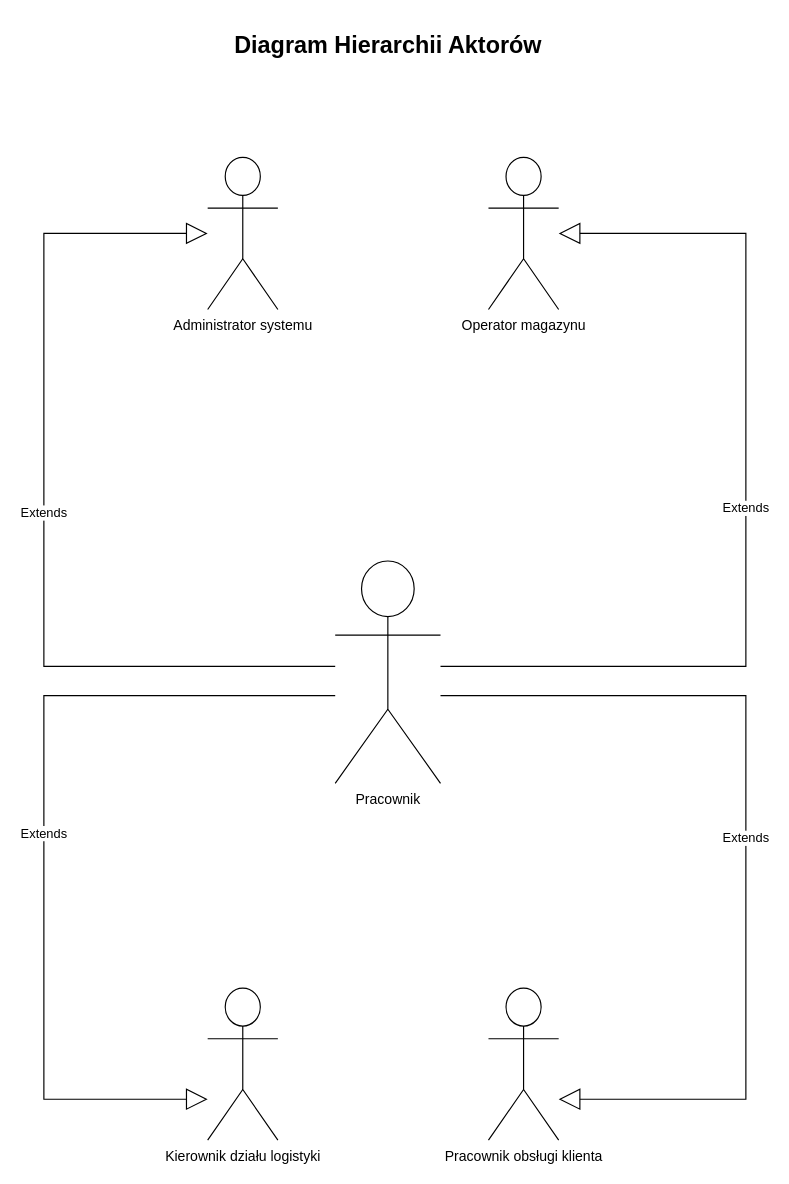
The draw.io diagram diagramy/PrzypadkiUzycia/DiagramHierarchiAktorow.drawio in kacperMa25/In-ynieriaOprogramowania, before the edit. Source tidied: cells renumbered, new cells numbered last; positions are measured from the earlier drawing's top-left corner, leaving out a move shared by most shapes. Both pictures are drawn from the tidied source at 117%, with x=0, y=0 at pixel (43, 20).
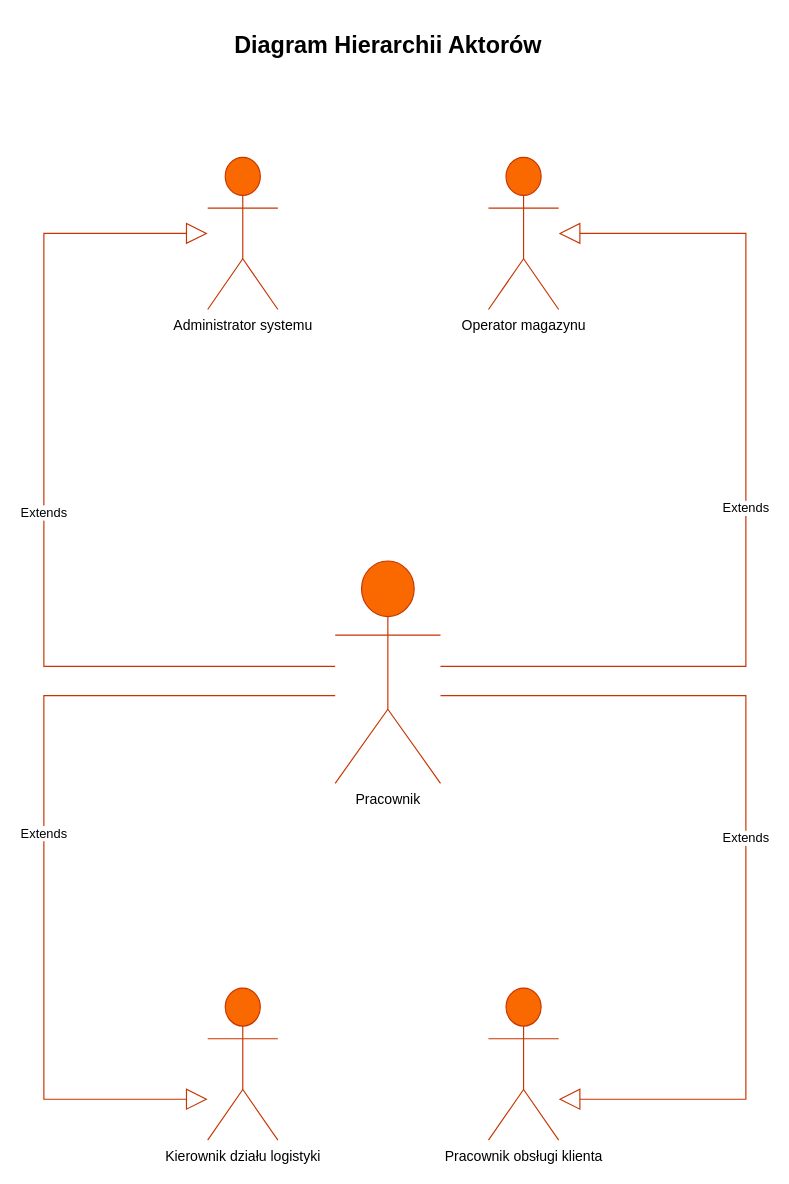
Above is the later version.

The edit, as a diff of the source:
```diff
@@
 <mxGraphModel>
   <root>
     <mxCell id="0" />
     <mxCell id="1" parent="0" />
-    <mxCell id="2" value="Pracownik" style="shape=umlActor;verticalLabelPosition=bottom;verticalAlign=top;html=1;" parent="1" vertex="1">
+    <mxCell id="2" value="Pracownik" style="shape=umlActor;verticalLabelPosition=bottom;verticalAlign=top;html=1;fillColor=#fa6800;fontColor=#000000;strokeColor=#C73500;" parent="1" vertex="1">
       <mxGeometry x="249" y="462" width="90" height="190" as="geometry" />
     </mxCell>
-    <mxCell id="3" value="Administrator systemu" style="shape=umlActor;verticalLabelPosition=bottom;verticalAlign=top;html=1;" parent="1" vertex="1">
+    <mxCell id="3" value="Administrator systemu" style="shape=umlActor;verticalLabelPosition=bottom;verticalAlign=top;html=1;fillColor=#fa6800;fontColor=#000000;strokeColor=#C73500;" parent="1" vertex="1">
       <mxGeometry x="140" y="117" width="60" height="130" as="geometry" />
     </mxCell>
-    <mxCell id="4" value="Pracownik obsługi klienta" style="shape=umlActor;verticalLabelPosition=bottom;verticalAlign=top;html=1;" parent="1" vertex="1">
+    <mxCell id="4" value="Pracownik obsługi klienta" style="shape=umlActor;verticalLabelPosition=bottom;verticalAlign=top;html=1;fillColor=#fa6800;fontColor=#000000;strokeColor=#C73500;" parent="1" vertex="1">
       <mxGeometry x="380" y="827" width="60" height="130" as="geometry" />
     </mxCell>
-    <mxCell id="5" value="Operator magazynu" style="shape=umlActor;verticalLabelPosition=bottom;verticalAlign=top;html=1;" parent="1" vertex="1">
+    <mxCell id="5" value="Operator magazynu" style="shape=umlActor;verticalLabelPosition=bottom;verticalAlign=top;html=1;fillColor=#fa6800;fontColor=#000000;strokeColor=#C73500;" parent="1" vertex="1">
       <mxGeometry x="380" y="117" width="60" height="130" as="geometry" />
     </mxCell>
-    <mxCell id="6" value="Kierownik działu logistyki" style="shape=umlActor;verticalLabelPosition=bottom;verticalAlign=top;html=1;" parent="1" vertex="1">
+    <mxCell id="6" value="Kierownik działu logistyki" style="shape=umlActor;verticalLabelPosition=bottom;verticalAlign=top;html=1;fillColor=#fa6800;fontColor=#000000;strokeColor=#C73500;" parent="1" vertex="1">
       <mxGeometry x="140" y="827" width="60" height="130" as="geometry" />
     </mxCell>
-    <mxCell id="7" value="Extends" style="endArrow=block;endSize=16;endFill=0;html=1;rounded=0;edgeStyle=orthogonalEdgeStyle;" parent="1" edge="1" source="2" target="3">
+    <mxCell id="7" value="Extends" style="endArrow=block;endSize=16;endFill=0;html=1;rounded=0;edgeStyle=orthogonalEdgeStyle;fillColor=#fa6800;strokeColor=#C73500;" parent="1" edge="1" source="2" target="3">
       <mxGeometry relative="1" as="geometry">
         <Array as="points">
           <mxPoint y="552" />
           <mxPoint y="182" />
         </Array>
       </mxGeometry>
     </mxCell>
-    <mxCell id="8" value="Extends" style="endArrow=block;endSize=16;endFill=0;html=1;rounded=0;edgeStyle=orthogonalEdgeStyle;" parent="1" edge="1" source="2" target="4">
+    <mxCell id="8" value="Extends" style="endArrow=block;endSize=16;endFill=0;html=1;rounded=0;edgeStyle=orthogonalEdgeStyle;fillColor=#fa6800;strokeColor=#C73500;" parent="1" edge="1" source="2" target="4">
       <mxGeometry relative="1" as="geometry">
         <Array as="points">
           <mxPoint x="600" y="577" />
           <mxPoint x="600" y="922" />
         </Array>
       </mxGeometry>
     </mxCell>
-    <mxCell id="9" value="Extends" style="endArrow=block;endSize=16;endFill=0;html=1;rounded=0;edgeStyle=orthogonalEdgeStyle;" parent="1" edge="1" source="2" target="6">
+    <mxCell id="9" value="Extends" style="endArrow=block;endSize=16;endFill=0;html=1;rounded=0;edgeStyle=orthogonalEdgeStyle;fillColor=#fa6800;strokeColor=#C73500;" parent="1" edge="1" source="2" target="6">
       <mxGeometry relative="1" as="geometry">
         <Array as="points">
           <mxPoint y="577" />
           <mxPoint y="922" />
         </Array>
       </mxGeometry>
     </mxCell>
-    <mxCell id="10" value="Extends" style="endArrow=block;endSize=16;endFill=0;html=1;rounded=0;edgeStyle=orthogonalEdgeStyle;" parent="1" edge="1" source="2" target="5">
+    <mxCell id="10" value="Extends" style="endArrow=block;endSize=16;endFill=0;html=1;rounded=0;edgeStyle=orthogonalEdgeStyle;fillColor=#fa6800;strokeColor=#C73500;" parent="1" edge="1" source="2" target="5">
       <mxGeometry relative="1" as="geometry">
         <Array as="points">
           <mxPoint x="600" y="552" />
           <mxPoint x="600" y="182" />
         </Array>
       </mxGeometry>
     </mxCell>
     <mxCell id="11" value="&lt;b&gt;&lt;font style=&quot;font-size: 20px;&quot;&gt;Diagram Hierarchii Aktorów&lt;/font&gt;&lt;/b&gt;" style="text;html=1;align=center;verticalAlign=middle;strokeColor=none;fillColor=none;" parent="1" vertex="1">
       <mxGeometry x="149" width="290" height="40" as="geometry" />
     </mxCell>
   </root>
 </mxGraphModel>
```
